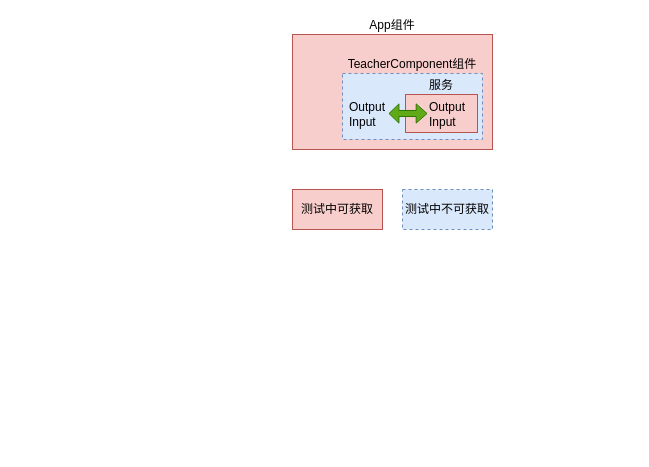
The draw.io diagram doucment/6.1.2.drawio in mengyunzhi/spring-boot-and-angular-guild, before the edit. Source tidied: cells renumbered, new cells numbered last; positions are measured from the earlier drawing's top-left corner, leaving out a move shared by most shapes. Both pictures are drawn from the tidied source at 100%, with x=0, y=0 at pixel (292, 34).
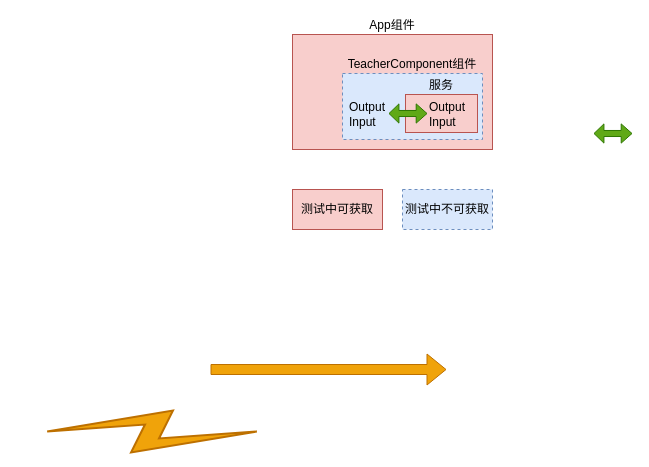
After the change.

What changed in the source:
```diff
@@
 <mxGraphModel>
   <root>
     <mxCell id="0" />
     <mxCell id="1" parent="0" />
     <mxCell id="2" value="App组件" style="rounded=0;whiteSpace=wrap;html=1;labelPosition=center;verticalLabelPosition=top;align=center;verticalAlign=bottom;fillColor=#f8cecc;strokeColor=#b85450;" parent="1" vertex="1">
       <mxGeometry width="200" height="115" as="geometry" />
     </mxCell>
     <mxCell id="3" value="TeacherComponent组件" style="rounded=0;whiteSpace=wrap;html=1;fillColor=#dae8fc;strokeColor=#6c8ebf;labelPosition=center;verticalLabelPosition=top;align=center;verticalAlign=bottom;dashed=1;" parent="1" vertex="1">
       <mxGeometry x="50" y="39" width="140" height="66" as="geometry" />
     </mxCell>
     <mxCell id="4" value="测试中可获取" style="rounded=0;whiteSpace=wrap;html=1;fillColor=#f8cecc;strokeColor=#b85450;" parent="1" vertex="1">
       <mxGeometry y="155" width="90" height="40" as="geometry" />
     </mxCell>
     <mxCell id="5" value="测试中不可获取" style="rounded=0;whiteSpace=wrap;html=1;fillColor=#dae8fc;strokeColor=#6c8ebf;labelPosition=center;verticalLabelPosition=middle;align=center;verticalAlign=middle;dashed=1;" parent="1" vertex="1">
       <mxGeometry x="110" y="155" width="90" height="40" as="geometry" />
     </mxCell>
     <mxCell id="6" value="服务" style="rounded=0;whiteSpace=wrap;html=1;fillColor=#f8cecc;strokeColor=#b85450;labelPosition=center;verticalLabelPosition=top;align=center;verticalAlign=bottom;" parent="1" vertex="1">
       <mxGeometry x="113" y="60" width="72" height="38" as="geometry" />
     </mxCell>
     <mxCell id="7" value="Output&lt;br&gt;Input" style="text;html=1;strokeColor=none;fillColor=none;align=left;verticalAlign=middle;whiteSpace=wrap;rounded=0;" parent="1" vertex="1">
       <mxGeometry x="55" y="61" width="50" height="37" as="geometry" />
     </mxCell>
     <mxCell id="8" value="Output&lt;br&gt;Input" style="text;html=1;strokeColor=none;fillColor=none;align=left;verticalAlign=middle;whiteSpace=wrap;rounded=0;" parent="1" vertex="1">
       <mxGeometry x="135" y="61" width="50" height="37" as="geometry" />
     </mxCell>
     <mxCell id="9" style="shape=flexArrow;endArrow=classic;startArrow=classic;html=1;width=6.040268456375839;endSize=3.2657718120805366;endWidth=12.209359938741498;startSize=2.977181208053691;startWidth=12.209359938741498;fillColor=#60a917;strokeColor=#2D7600;" parent="1" edge="1">
       <mxGeometry relative="1" as="geometry">
         <mxPoint x="96" y="79" as="sourcePoint" />
         <mxPoint x="135" y="79" as="targetPoint" />
       </mxGeometry>
     </mxCell>
+    <mxCell id="10" style="shape=flexArrow;endArrow=classic;html=1;fillColor=#f0a30a;strokeColor=#BD7000;" parent="1" edge="1">
+      <mxGeometry relative="1" as="geometry">
+        <mxPoint x="-82" y="335" as="sourcePoint" />
+        <mxPoint x="154" y="335" as="targetPoint" />
+      </mxGeometry>
+    </mxCell>
+    <mxCell id="11" style="html=1;outlineConnect=0;fillColor=#f0a30a;strokeColor=#BD7000;gradientDirection=north;strokeWidth=2;shape=mxgraph.networks.comm_link_edge;html=1;" parent="1" edge="1">
+      <mxGeometry relative="1" as="geometry">
+        <mxPoint x="-257" y="397" as="sourcePoint" />
+        <mxPoint x="-24" y="397" as="targetPoint" />
+      </mxGeometry>
+    </mxCell>
+    <mxCell id="12" style="shape=flexArrow;endArrow=classic;startArrow=classic;html=1;width=6.040268456375839;endSize=3.2657718120805366;endWidth=12.209359938741498;startSize=2.977181208053691;startWidth=12.209359938741498;fillColor=#60a917;strokeColor=#2D7600;" parent="1" edge="1">
+      <mxGeometry relative="1" as="geometry">
+        <mxPoint x="301" y="99" as="sourcePoint" />
+        <mxPoint x="340" y="99" as="targetPoint" />
+      </mxGeometry>
+    </mxCell>
   </root>
 </mxGraphModel>
```
